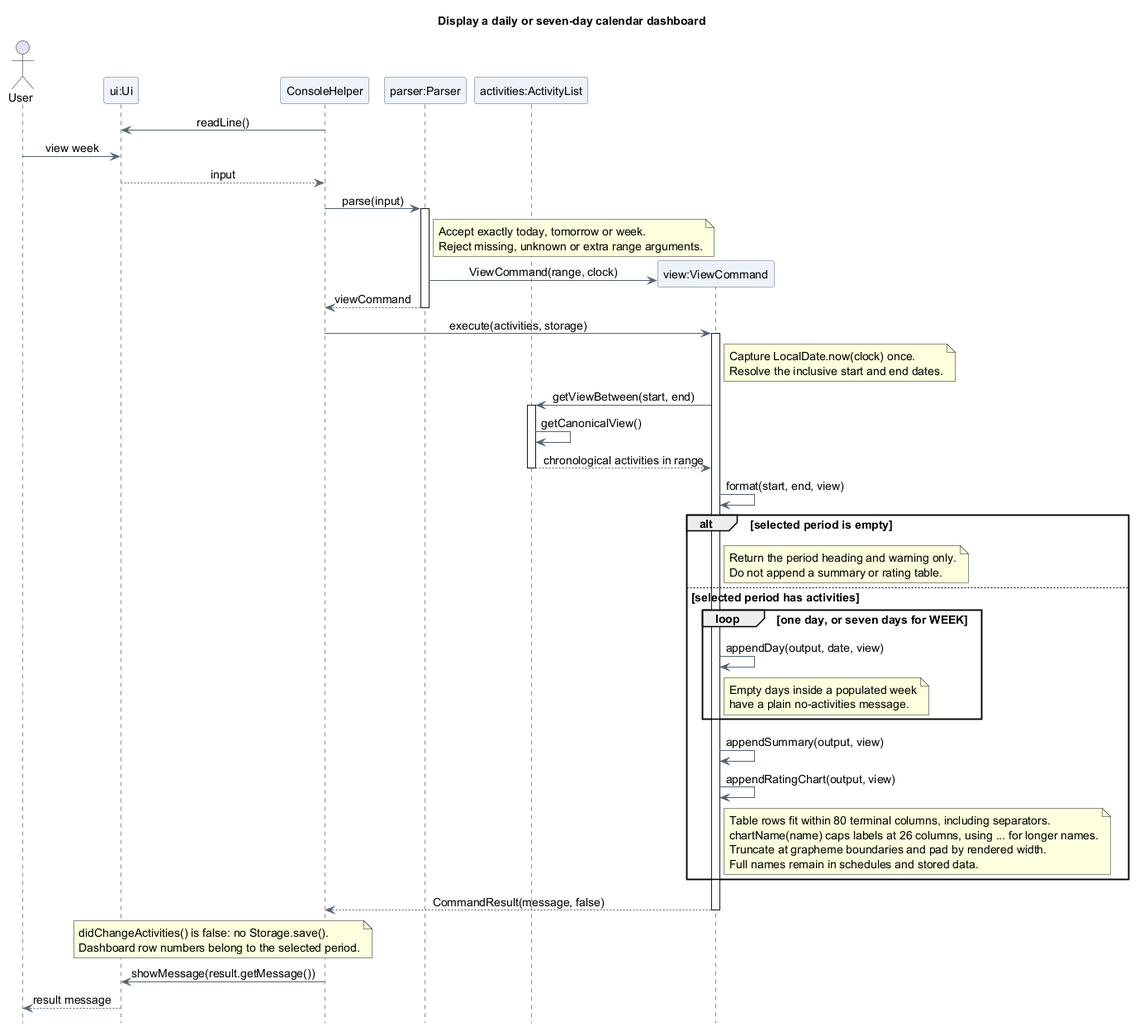
This is docs/images/atharva/sequence/CalendarViewSequence.png from AY2627S1-CS2113-T10-4/tp, a PlantUML export, as it was before one commit.
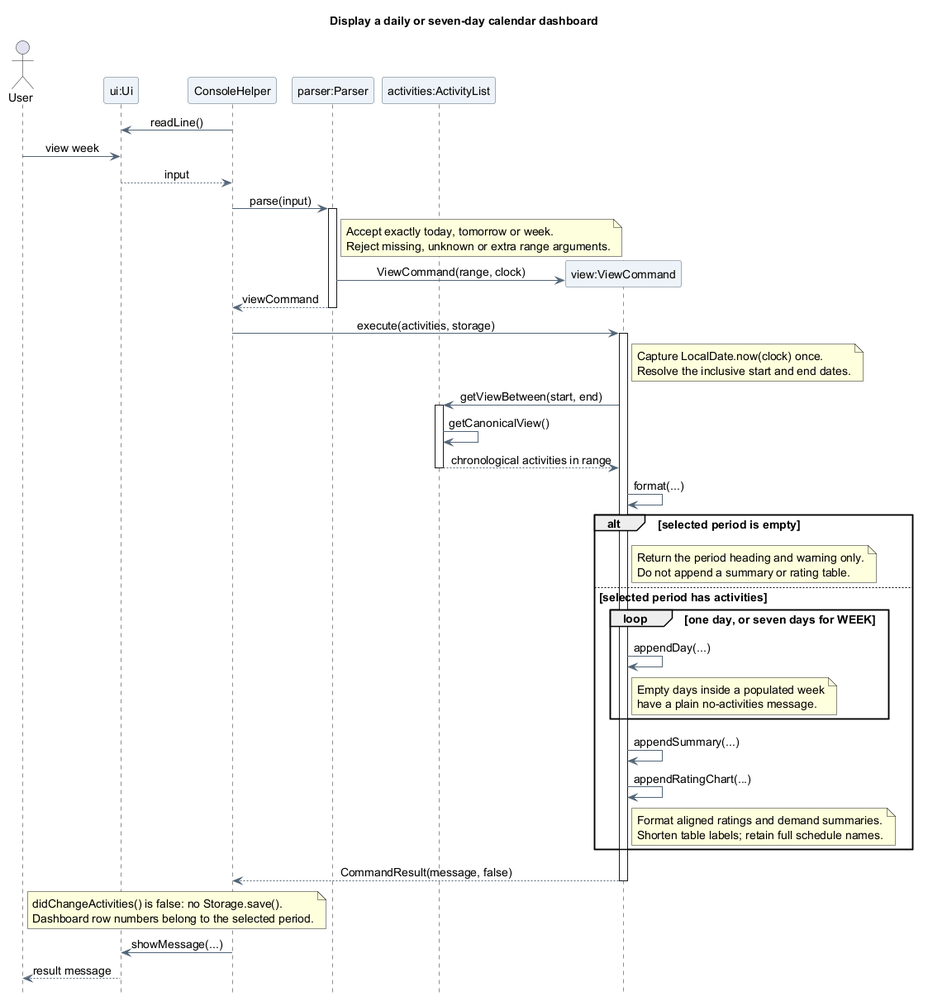
Above is the later version.

What changed in the source:
```diff
@@ -42,7 +42,7 @@
 Activities -> Activities : getCanonicalView()
 Activities --> View : chronological activities in range
 deactivate Activities
-View -> View : format(start, end, view)
+View -> View : format(...)
 alt selected period is empty
   note right of View
     Return the period heading and warning only.
@@ -50,19 +50,17 @@
   end note
 else selected period has activities
   loop one day, or seven days for WEEK
-    View -> View : appendDay(output, date, view)
+    View -> View : appendDay(...)
     note right of View
       Empty days inside a populated week
       have a plain no-activities message.
     end note
   end
-  View -> View : appendSummary(output, view)
-  View -> View : appendRatingChart(output, view)
+  View -> View : appendSummary(...)
+  View -> View : appendRatingChart(...)
   note right of View
-    Table rows fit within 80 terminal columns, including separators.
-    chartName(name) caps labels at 26 columns, using ... for longer names.
-    Truncate at grapheme boundaries and pad by rendered width.
-    Full names remain in schedules and stored data.
+    Format aligned ratings and demand summaries.
+    Shorten table labels; retain full schedule names.
   end note
 end
 View --> Console : CommandResult(message, false)
@@ -71,6 +69,6 @@
   didChangeActivities() is false: no Storage.save().
   Dashboard row numbers belong to the selected period.
 end note
-Console -> UI : showMessage(result.getMessage())
+Console -> UI : showMessage(...)
 UI --> User : result message
 @enduml
```
